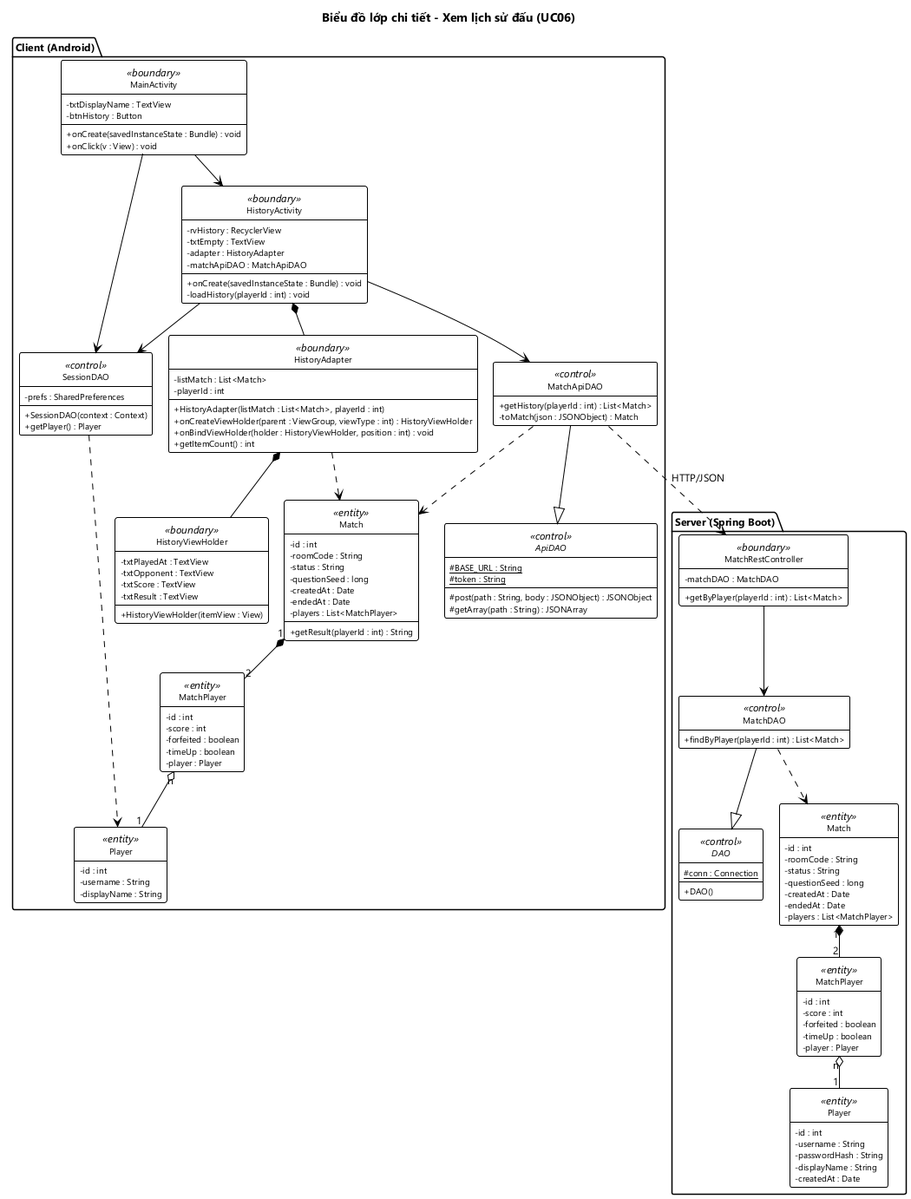
Before: docs/hung/lop-thiet-ke-uc06.png, a diagram exported from PlantUML (HungNguyenBa1811/math-dash).
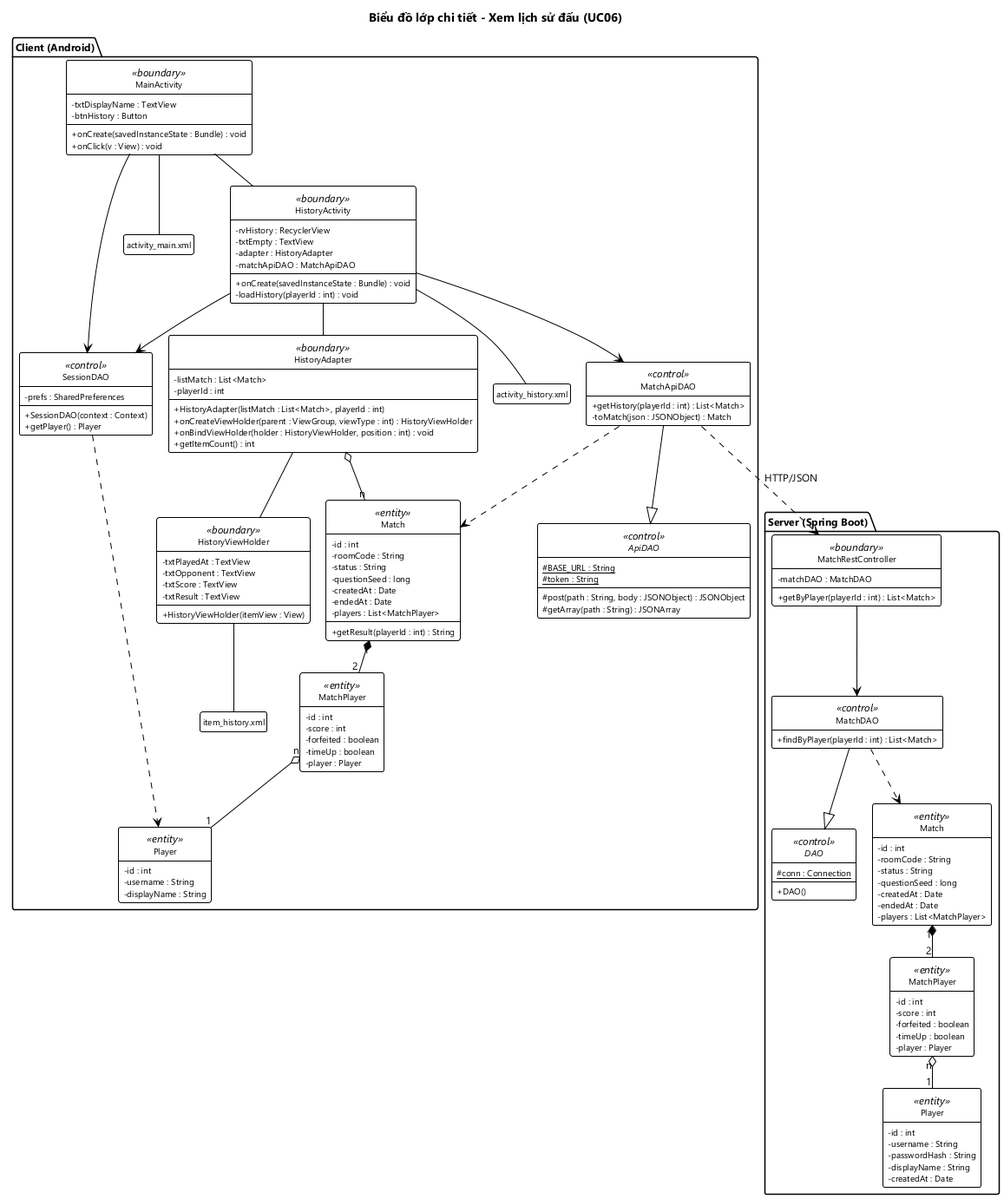
Later version of the same file.

The edit, as a diff of the source:
```diff
@@ -32,6 +32,9 @@
     - txtResult : TextView
     + HistoryViewHolder(itemView : View)
   }
+  class "activity_main.xml" as xmlMain
+  class "activity_history.xml" as xmlHistory
+  class "item_history.xml" as xmlItemHistory
   class SessionDAO <<control>> {
     - prefs : SharedPreferences
     + SessionDAO(context : Context)
@@ -108,13 +111,16 @@
   }
 }
 
-MainActivity --> HistoryActivity
+MainActivity -- HistoryActivity
+MainActivity -- xmlMain
+HistoryActivity -- xmlHistory
 MainActivity --> SessionDAO
 HistoryActivity --> SessionDAO
 HistoryActivity --> MatchApiDAO
-HistoryActivity *-- HistoryAdapter
-HistoryAdapter *-- HistoryViewHolder
-HistoryAdapter ..> Match
+HistoryActivity -- HistoryAdapter
+HistoryAdapter -- HistoryViewHolder
+HistoryViewHolder -- xmlItemHistory
+HistoryAdapter o-- "n" Match
 MatchApiDAO --|> ApiDAO
 MatchApiDAO ..> Match
 SessionDAO ..> Player
```
